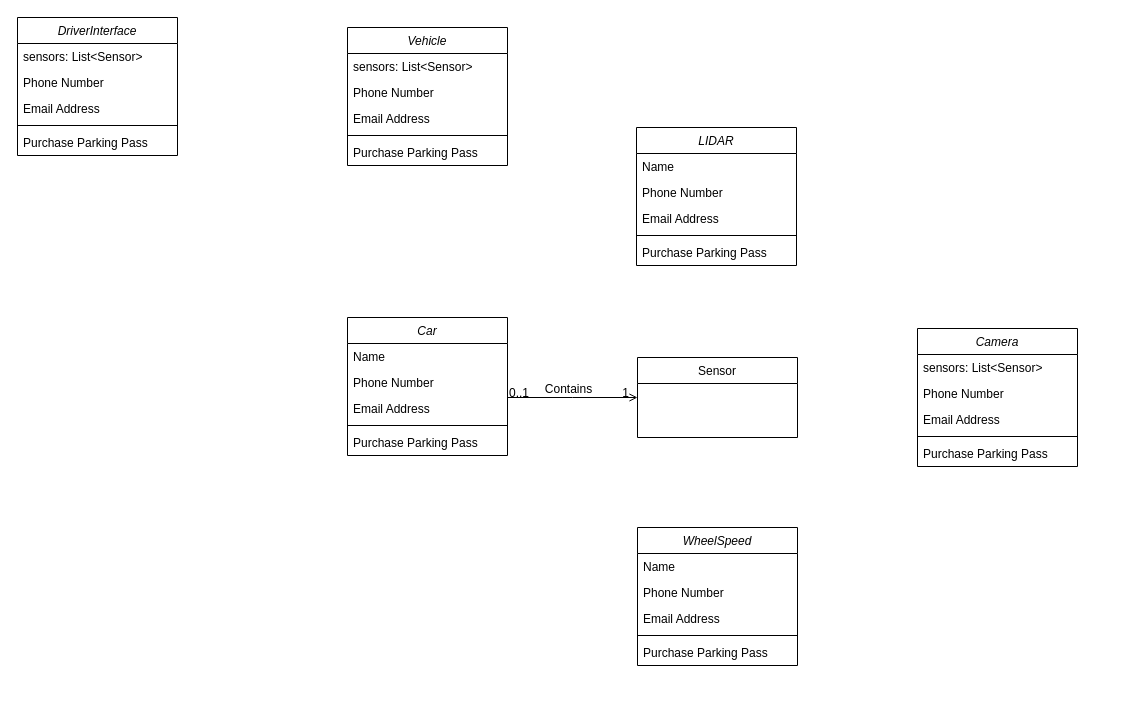
The draw.io diagram class-diagram/Class Diagram.drawio in alanmcilwaine/AEBS-Simulation, before the edit. Source tidied: cells renumbered, new cells numbered last; positions are measured from the earlier drawing's top-left corner, leaving out a move shared by most shapes. Both pictures are drawn from the tidied source at 100%, with x=0, y=0 at pixel (17, 17).
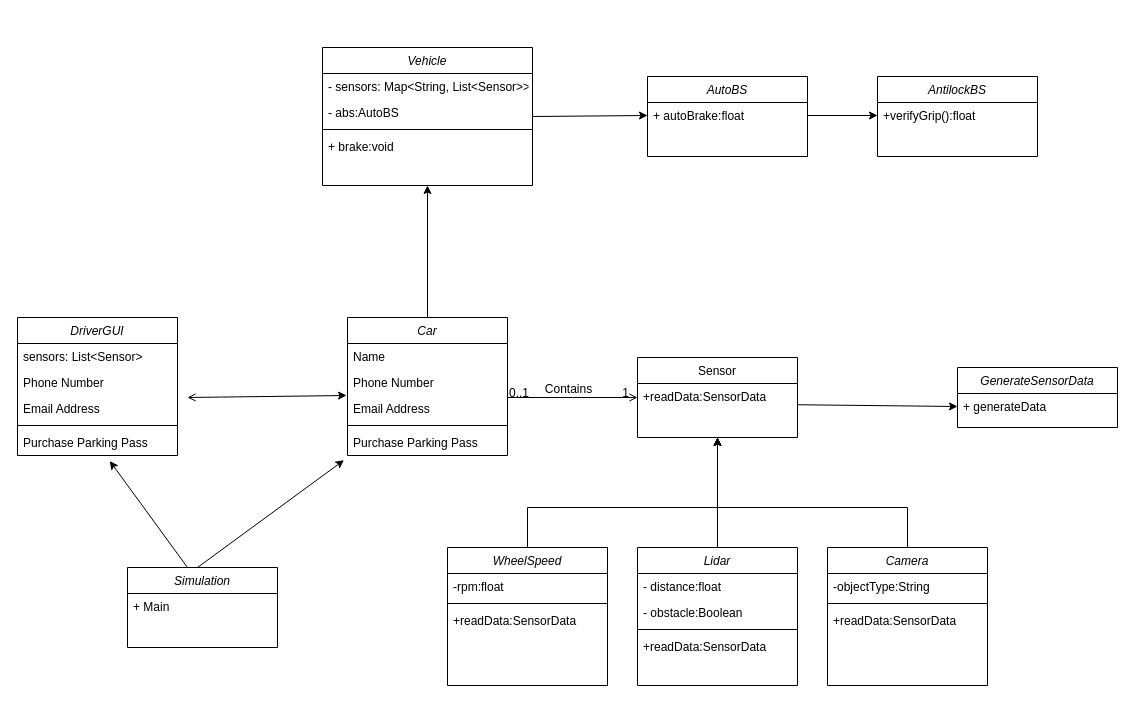
Above is the later version.

Commit message (it also covers changes not shown here):
more details in class diagram

The change refers to these unchanged cells:
```xml
<mxCell id="2" value="Car" style="swimlane;fontStyle=2;align=center;verticalAlign=top;horizontal=1;startSize=26;rounded=0;shadow=0;strokeWidth=1;" parent="1" vertex="1">
  <mxGeometry x="330" y="300" width="160" height="138" as="geometry" />
</mxCell>
<mxCell id="5" value="Email Address" style="text;align=left;verticalAlign=top;spacingLeft=4;spacingRight=4;overflow=hidden;points=[[0,0.5],[1,0.5]];portConstraint=eastwest;rounded=0;shadow=0;html=0;" parent="2" vertex="1">
  <mxGeometry y="78" width="160" height="26" as="geometry" />
</mxCell>
<mxCell id="7" value="Purchase Parking Pass" style="text;align=left;verticalAlign=top;spacingLeft=4;spacingRight=4;overflow=hidden;points=[[0,0.5],[1,0.5]];portConstraint=eastwest;" parent="2" vertex="1">
  <mxGeometry y="112" width="160" height="26" as="geometry" />
</mxCell>
<mxCell id="8" value="Sensor" style="swimlane;fontStyle=0;align=center;verticalAlign=top;horizontal=1;startSize=26;rounded=0;shadow=0;strokeWidth=1;" parent="1" vertex="1">
  <mxGeometry x="620" y="340" width="160" height="80" as="geometry" />
</mxCell>
<mxCell id="36" value="Purchase Parking Pass" style="text;align=left;verticalAlign=top;spacingLeft=4;spacingRight=4;overflow=hidden;points=[[0,0.5],[1,0.5]];portConstraint=eastwest;" parent="31" vertex="1">
  <mxGeometry y="112" width="160" height="26" as="geometry" />
</mxCell>
```

The edit, as a diff of the source:
```diff
@@
+    <mxCell id="43" value="+readData:SensorData" style="text;align=left;verticalAlign=top;spacingLeft=4;spacingRight=4;overflow=hidden;points=[[0,0.5],[1,0.5]];portConstraint=eastwest;rounded=0;shadow=0;html=0;" parent="8" vertex="1">
+      <mxGeometry y="26" width="160" height="26" as="geometry" />
+    </mxCell>
@@
+    <mxCell id="44" style="edgeStyle=orthogonalEdgeStyle;rounded=0;jettySize=auto;html=1;entryX=0.5;entryY=1;entryDx=0;entryDy=0;" parent="1" edge="1" source="13" target="8">
+      <mxGeometry relative="1" as="geometry">
+        <Array as="points">
+          <mxPoint x="890" y="490" />
+          <mxPoint x="700" y="490" />
+        </Array>
+      </mxGeometry>
+    </mxCell>
     <mxCell id="13" value="Camera" style="swimlane;fontStyle=2;align=center;verticalAlign=top;horizontal=1;startSize=26;rounded=0;shadow=0;strokeWidth=1;" parent="1" vertex="1">
-      <mxGeometry x="900" y="311" width="160" height="138" as="geometry" />
+      <mxGeometry x="810" y="530" width="160" height="138" as="geometry" />
     </mxCell>
-    <mxCell id="14" value="sensors: List&lt;Sensor&gt;" style="text;align=left;verticalAlign=top;spacingLeft=4;spacingRight=4;overflow=hidden;" parent="13" vertex="1">
+    <mxCell id="14" value="-objectType:String" style="text;align=left;verticalAlign=top;spacingLeft=4;spacingRight=4;overflow=hidden;" parent="13" vertex="1">
       <mxGeometry y="26" width="160" height="26" as="geometry" />
     </mxCell>
-    <mxCell id="15" value="Phone Number" style="text;align=left;verticalAlign=top;spacingLeft=4;spacingRight=4;overflow=hidden;rounded=0;shadow=0;html=0;" parent="13" vertex="1">
-      <mxGeometry y="52" width="160" height="26" as="geometry" />
-    </mxCell>
-    <mxCell id="16" value="Email Address" style="text;align=left;verticalAlign=top;spacingLeft=4;spacingRight=4;overflow=hidden;rounded=0;shadow=0;html=0;" parent="13" vertex="1">
-      <mxGeometry y="78" width="160" height="26" as="geometry" />
-    </mxCell>
     <mxCell id="17" style="line;html=1;strokeWidth=1;align=left;verticalAlign=middle;spacingTop=-1;spacingLeft=3;spacingRight=3;labelPosition=right;" parent="13" vertex="1">
-      <mxGeometry y="104" width="160" height="8" as="geometry" />
+      <mxGeometry y="52" width="160" height="8" as="geometry" />
     </mxCell>
-    <mxCell id="18" value="Purchase Parking Pass" style="text;align=left;verticalAlign=top;spacingLeft=4;spacingRight=4;overflow=hidden;" parent="13" vertex="1">
-      <mxGeometry y="112" width="160" height="26" as="geometry" />
+    <mxCell id="18" value="+readData:SensorData" style="text;align=left;verticalAlign=top;spacingLeft=4;spacingRight=4;overflow=hidden;" parent="13" vertex="1">
+      <mxGeometry y="60" width="160" height="26" as="geometry" />
     </mxCell>
+    <mxCell id="45" style="edgeStyle=orthogonalEdgeStyle;rounded=0;jettySize=auto;html=1;entryX=0.5;entryY=1;entryDx=0;entryDy=0;" parent="1" edge="1" source="19" target="8">
+      <mxGeometry relative="1" as="geometry" />
+    </mxCell>
-    <mxCell id="19" value="LIDAR" style="swimlane;fontStyle=2;align=center;verticalAlign=top;horizontal=1;startSize=26;rounded=0;shadow=0;strokeWidth=1;" parent="1" vertex="1">
-      <mxGeometry x="619" y="110" width="160" height="138" as="geometry" />
+    <mxCell id="19" value="Lidar" style="swimlane;fontStyle=2;align=center;verticalAlign=top;horizontal=1;startSize=26;rounded=0;shadow=0;strokeWidth=1;" parent="1" vertex="1">
+      <mxGeometry x="620" y="530" width="160" height="138" as="geometry" />
     </mxCell>
-    <mxCell id="20" value="Name" style="text;align=left;verticalAlign=top;spacingLeft=4;spacingRight=4;overflow=hidden;" parent="19" vertex="1">
+    <mxCell id="20" value="- distance:float" style="text;align=left;verticalAlign=top;spacingLeft=4;spacingRight=4;overflow=hidden;" parent="19" vertex="1">
       <mxGeometry y="26" width="160" height="26" as="geometry" />
     </mxCell>
-    <mxCell id="21" value="Phone Number" style="text;align=left;verticalAlign=top;spacingLeft=4;spacingRight=4;overflow=hidden;rounded=0;shadow=0;html=0;" parent="19" vertex="1">
+    <mxCell id="21" value="- obstacle:Boolean" style="text;align=left;verticalAlign=top;spacingLeft=4;spacingRight=4;overflow=hidden;rounded=0;shadow=0;html=0;" parent="19" vertex="1">
       <mxGeometry y="52" width="160" height="26" as="geometry" />
     </mxCell>
-    <mxCell id="22" value="Email Address" style="text;align=left;verticalAlign=top;spacingLeft=4;spacingRight=4;overflow=hidden;rounded=0;shadow=0;html=0;" parent="19" vertex="1">
-      <mxGeometry y="78" width="160" height="26" as="geometry" />
-    </mxCell>
     <mxCell id="23" style="line;html=1;strokeWidth=1;align=left;verticalAlign=middle;spacingTop=-1;spacingLeft=3;spacingRight=3;labelPosition=right;" parent="19" vertex="1">
-      <mxGeometry y="104" width="160" height="8" as="geometry" />
+      <mxGeometry y="78" width="160" height="8" as="geometry" />
     </mxCell>
-    <mxCell id="24" value="Purchase Parking Pass" style="text;align=left;verticalAlign=top;spacingLeft=4;spacingRight=4;overflow=hidden;" parent="19" vertex="1">
-      <mxGeometry y="112" width="160" height="26" as="geometry" />
+    <mxCell id="24" value="+readData:SensorData" style="text;align=left;verticalAlign=top;spacingLeft=4;spacingRight=4;overflow=hidden;" parent="19" vertex="1">
+      <mxGeometry y="86" width="160" height="26" as="geometry" />
     </mxCell>
+    <mxCell id="46" style="edgeStyle=orthogonalEdgeStyle;rounded=0;jettySize=auto;html=1;entryX=0.5;entryY=1;entryDx=0;entryDy=0;" parent="1" edge="1" source="25" target="8">
+      <mxGeometry relative="1" as="geometry">
+        <Array as="points">
+          <mxPoint x="510" y="490" />
+          <mxPoint x="700" y="490" />
+        </Array>
+      </mxGeometry>
+    </mxCell>
     <mxCell id="25" value="WheelSpeed" style="swimlane;fontStyle=2;align=center;verticalAlign=top;horizontal=1;startSize=26;rounded=0;shadow=0;strokeWidth=1;" parent="1" vertex="1">
-      <mxGeometry x="620" y="510" width="160" height="138" as="geometry" />
+      <mxGeometry x="430" y="530" width="160" height="138" as="geometry" />
     </mxCell>
-    <mxCell id="26" value="Name" style="text;align=left;verticalAlign=top;spacingLeft=4;spacingRight=4;overflow=hidden;" parent="25" vertex="1">
-      <mxGeometry y="26" width="160" height="26" as="geometry" />
-    </mxCell>
-    <mxCell id="27" value="Phone Number" style="text;align=left;verticalAlign=top;spacingLeft=4;spacingRight=4;overflow=hidden;rounded=0;shadow=0;html=0;" parent="25" vertex="1">
-      <mxGeometry y="52" width="160" height="26" as="geometry" />
+    <mxCell id="27" value="-rpm:float" style="text;align=left;verticalAlign=top;spacingLeft=4;spacingRight=4;overflow=hidden;rounded=0;shadow=0;html=0;" parent="25" vertex="1">
+      <mxGeometry y="26" width="160" height="26" as="geometry" />
     </mxCell>
-    <mxCell id="28" value="Email Address" style="text;align=left;verticalAlign=top;spacingLeft=4;spacingRight=4;overflow=hidden;rounded=0;shadow=0;html=0;" parent="25" vertex="1">
-      <mxGeometry y="78" width="160" height="26" as="geometry" />
-    </mxCell>
     <mxCell id="29" style="line;html=1;strokeWidth=1;align=left;verticalAlign=middle;spacingTop=-1;spacingLeft=3;spacingRight=3;labelPosition=right;" parent="25" vertex="1">
-      <mxGeometry y="104" width="160" height="8" as="geometry" />
+      <mxGeometry y="52" width="160" height="8" as="geometry" />
     </mxCell>
-    <mxCell id="30" value="Purchase Parking Pass" style="text;align=left;verticalAlign=top;spacingLeft=4;spacingRight=4;overflow=hidden;" parent="25" vertex="1">
-      <mxGeometry y="112" width="160" height="26" as="geometry" />
+    <mxCell id="30" value="+readData:SensorData" style="text;align=left;verticalAlign=top;spacingLeft=4;spacingRight=4;overflow=hidden;" parent="25" vertex="1">
+      <mxGeometry y="60" width="160" height="26" as="geometry" />
     </mxCell>
-    <mxCell id="31" value="DriverInterface" style="swimlane;fontStyle=2;align=center;verticalAlign=top;horizontal=1;startSize=26;rounded=0;shadow=0;strokeWidth=1;" parent="1" vertex="1">
-      <mxGeometry width="160" height="138" as="geometry" />
+    <mxCell id="31" value="DriverGUI" style="swimlane;fontStyle=2;align=center;verticalAlign=top;horizontal=1;startSize=26;rounded=0;shadow=0;strokeWidth=1;" parent="1" vertex="1">
+      <mxGeometry y="300" width="160" height="138" as="geometry" />
     </mxCell>
@@
     <mxCell id="37" value="Vehicle" style="swimlane;fontStyle=2;align=center;verticalAlign=top;horizontal=1;startSize=26;rounded=0;shadow=0;strokeWidth=1;" parent="1" vertex="1">
-      <mxGeometry x="330" y="10" width="160" height="138" as="geometry" />
+      <mxGeometry x="305" y="30" width="210" height="138" as="geometry" />
     </mxCell>
-    <mxCell id="38" value="sensors: List&lt;Sensor&gt;" style="text;align=left;verticalAlign=top;spacingLeft=4;spacingRight=4;overflow=hidden;" parent="37" vertex="1">
-      <mxGeometry y="26" width="160" height="26" as="geometry" />
+    <mxCell id="38" value="- sensors: Map&lt;String, List&lt;Sensor&gt;&gt;" style="text;align=left;verticalAlign=top;spacingLeft=4;spacingRight=4;overflow=hidden;" parent="37" vertex="1">
+      <mxGeometry y="26" width="210" height="26" as="geometry" />
     </mxCell>
-    <mxCell id="39" value="Phone Number" style="text;align=left;verticalAlign=top;spacingLeft=4;spacingRight=4;overflow=hidden;rounded=0;shadow=0;html=0;" parent="37" vertex="1">
-      <mxGeometry y="52" width="160" height="26" as="geometry" />
-    </mxCell>
-    <mxCell id="40" value="Email Address" style="text;align=left;verticalAlign=top;spacingLeft=4;spacingRight=4;overflow=hidden;rounded=0;shadow=0;html=0;" parent="37" vertex="1">
-      <mxGeometry y="78" width="160" height="26" as="geometry" />
+    <mxCell id="40" value="- abs:AutoBS" style="text;align=left;verticalAlign=top;spacingLeft=4;spacingRight=4;overflow=hidden;rounded=0;shadow=0;html=0;" parent="37" vertex="1">
+      <mxGeometry y="52" width="210" height="26" as="geometry" />
     </mxCell>
     <mxCell id="41" style="line;html=1;strokeWidth=1;align=left;verticalAlign=middle;spacingTop=-1;spacingLeft=3;spacingRight=3;labelPosition=right;" parent="37" vertex="1">
-      <mxGeometry y="104" width="160" height="8" as="geometry" />
+      <mxGeometry y="78" width="210" height="8" as="geometry" />
     </mxCell>
-    <mxCell id="42" value="Purchase Parking Pass" style="text;align=left;verticalAlign=top;spacingLeft=4;spacingRight=4;overflow=hidden;" parent="37" vertex="1">
-      <mxGeometry y="112" width="160" height="26" as="geometry" />
+    <mxCell id="42" value="+ brake:void" style="text;align=left;verticalAlign=top;spacingLeft=4;spacingRight=4;overflow=hidden;" parent="37" vertex="1">
+      <mxGeometry y="86" width="210" height="26" as="geometry" />
     </mxCell>
+    <mxCell id="47" value="GenerateSensorData" style="swimlane;fontStyle=2;align=center;verticalAlign=top;horizontal=1;startSize=26;rounded=0;shadow=0;strokeWidth=1;" parent="1" vertex="1">
+      <mxGeometry x="940" y="350" width="160" height="60" as="geometry" />
+    </mxCell>
+    <mxCell id="48" value="+ generateData" style="text;align=left;verticalAlign=top;spacingLeft=4;spacingRight=4;overflow=hidden;points=[[0,0.5],[1,0.5]];portConstraint=eastwest;" parent="47" vertex="1">
+      <mxGeometry y="26" width="160" height="26" as="geometry" />
+    </mxCell>
+    <mxCell id="49" style="endArrow=classic;html=1;rounded=0;entryX=0;entryY=0.5;entryDx=0;entryDy=0;exitX=1.002;exitY=0.817;exitDx=0;exitDy=0;exitPerimeter=0;" parent="1" edge="1" source="43" target="48">
+      <mxGeometry relative="1" as="geometry" />
+    </mxCell>
+    <mxCell id="50" value="AutoBS" style="swimlane;fontStyle=2;align=center;verticalAlign=top;horizontal=1;startSize=26;rounded=0;shadow=0;strokeWidth=1;" parent="1" vertex="1">
+      <mxGeometry x="630" y="59" width="160" height="80" as="geometry" />
+    </mxCell>
+    <mxCell id="51" value="+ autoBrake:float" style="text;align=left;verticalAlign=top;spacingLeft=4;spacingRight=4;overflow=hidden;points=[[0,0.5],[1,0.5]];portConstraint=eastwest;" parent="50" vertex="1">
+      <mxGeometry y="26" width="160" height="26" as="geometry" />
+    </mxCell>
+    <mxCell id="52" style="endArrow=classic;html=1;rounded=0;exitX=0.5;exitY=0;exitDx=0;exitDy=0;entryX=0.5;entryY=1;entryDx=0;entryDy=0;" parent="1" edge="1" source="2" target="37">
+      <mxGeometry relative="1" as="geometry" />
+    </mxCell>
+    <mxCell id="53" style="endArrow=classic;html=1;rounded=0;exitX=1;exitY=0.5;exitDx=0;exitDy=0;entryX=0;entryY=0.5;entryDx=0;entryDy=0;" parent="1" edge="1" source="37" target="51">
+      <mxGeometry relative="1" as="geometry" />
+    </mxCell>
+    <mxCell id="54" style="endArrow=classic;html=1;rounded=0;entryX=-0.006;entryY=0;entryDx=0;entryDy=0;startArrow=open;startFill=0;entryPerimeter=0;" parent="1" edge="1" target="5">
+      <mxGeometry relative="1" as="geometry">
+        <mxPoint x="170" y="380" as="sourcePoint" />
+      </mxGeometry>
+    </mxCell>
+    <mxCell id="55" value="AntilockBS" style="swimlane;fontStyle=2;align=center;verticalAlign=top;horizontal=1;startSize=26;rounded=0;shadow=0;strokeWidth=1;" parent="1" vertex="1">
+      <mxGeometry x="860" y="59" width="160" height="80" as="geometry" />
+    </mxCell>
+    <mxCell id="56" value="+verifyGrip():float" style="text;align=left;verticalAlign=top;spacingLeft=4;spacingRight=4;overflow=hidden;points=[[0,0.5],[1,0.5]];portConstraint=eastwest;" parent="55" vertex="1">
+      <mxGeometry y="26" width="160" height="26" as="geometry" />
+    </mxCell>
+    <mxCell id="57" style="edgeStyle=orthogonalEdgeStyle;rounded=0;jettySize=auto;html=1;" parent="1" edge="1" source="51" target="56">
+      <mxGeometry relative="1" as="geometry" />
+    </mxCell>
+    <mxCell id="58" value="Simulation" style="swimlane;fontStyle=2;align=center;verticalAlign=top;horizontal=1;startSize=26;rounded=0;shadow=0;strokeWidth=1;" parent="1" vertex="1">
+      <mxGeometry x="110" y="550" width="150" height="80" as="geometry" />
+    </mxCell>
+    <mxCell id="59" value="+ Main" style="text;align=left;verticalAlign=top;spacingLeft=4;spacingRight=4;overflow=hidden;" parent="58" vertex="1">
+      <mxGeometry y="26" width="150" height="26" as="geometry" />
+    </mxCell>
+    <mxCell id="60" style="endArrow=classic;html=1;rounded=0;entryX=-0.022;entryY=1.179;entryDx=0;entryDy=0;entryPerimeter=0;" parent="1" edge="1" target="7">
+      <mxGeometry relative="1" as="geometry">
+        <mxPoint x="180" y="550" as="sourcePoint" />
+      </mxGeometry>
+    </mxCell>
+    <mxCell id="61" style="endArrow=classic;html=1;rounded=0;entryX=0.577;entryY=1.212;entryDx=0;entryDy=0;entryPerimeter=0;" parent="1" edge="1" target="36">
+      <mxGeometry relative="1" as="geometry">
+        <mxPoint x="170" y="550" as="sourcePoint" />
+      </mxGeometry>
+    </mxCell>
```
